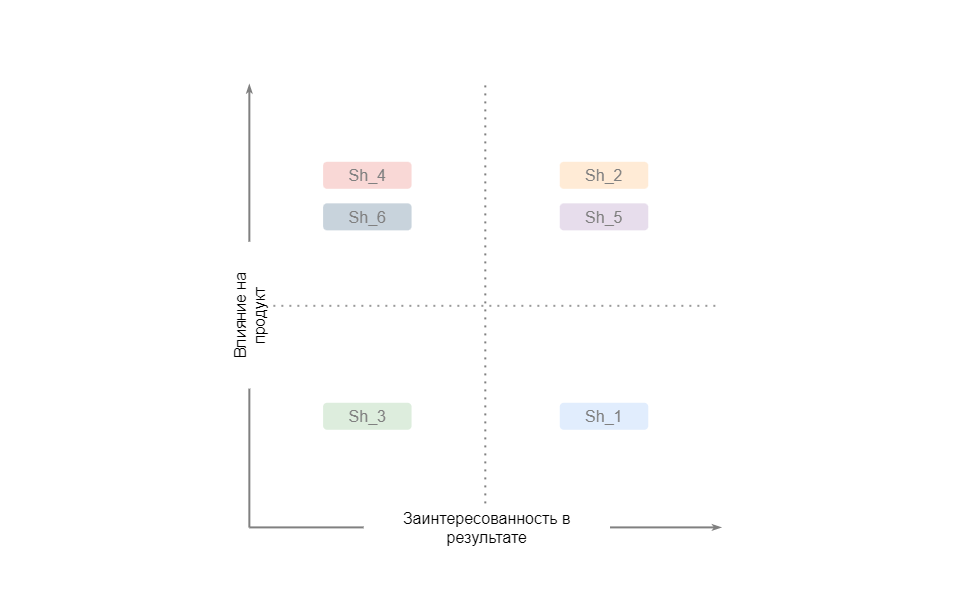
Earlier version of the draw.io export img/stakeholders_mx.png (mxmntv/arch). Source tidied: cells renumbered, new cells last; positions are measured from the earlier drawing's top-left corner, leaving out a move shared by most shapes.
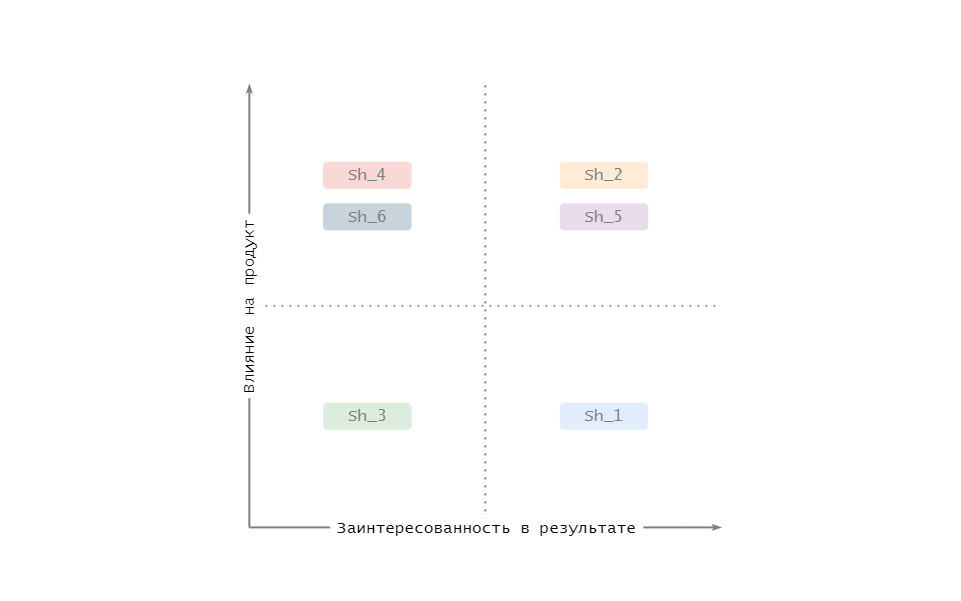
Above is the later version.

Commit message:
Add stakeholders matrix

Diff of the diagram source:
```diff
@@ -35,33 +35,33 @@
         <mxPoint x="27.2" y="886.3" as="sourcePoint" />
       </mxGeometry>
     </mxCell>
-    <mxCell id="9" value="Влияние на продукт" style="text;html=1;strokeColor=none;fillColor=none;align=center;verticalAlign=middle;whiteSpace=wrap;rounded=0;fontSize=32;labelBackgroundColor=default;rotation=-90;" parent="3" vertex="1">
-      <mxGeometry x="-119.8" y="434.2" width="293.9" height="55.4" as="geometry" />
+    <mxCell id="9" value="Влияние на продукт" style="text;html=1;strokeColor=none;fillColor=none;align=center;verticalAlign=middle;whiteSpace=wrap;rounded=0;fontSize=32;labelBackgroundColor=default;rotation=-90;fontFamily=Lucida Console;" parent="3" vertex="1">
+      <mxGeometry x="-157.4" y="415.8" width="369.3" height="55.4" as="geometry" />
     </mxCell>
-    <mxCell id="10" value="Заинтересованность в результате" style="text;html=1;strokeColor=none;fillColor=none;align=center;verticalAlign=middle;whiteSpace=wrap;rounded=0;fontSize=32;labelBackgroundColor=default;" parent="3" vertex="1">
-      <mxGeometry x="255.7" y="858.6" width="492.8" height="55.4" as="geometry" />
+    <mxCell id="10" value="&lt;font face=&quot;Lucida Console&quot;&gt;Заинтересованность в результате&lt;/font&gt;" style="text;html=1;strokeColor=none;fillColor=none;align=center;verticalAlign=middle;whiteSpace=wrap;rounded=0;fontSize=32;labelBackgroundColor=default;" parent="3" vertex="1">
+      <mxGeometry x="188.8" y="858.6" width="626.2" height="55.4" as="geometry" />
     </mxCell>
     <mxCell id="11" style="endArrow=none;html=1;rounded=0;strokeColor=#808080;strokeWidth=4;" parent="3" edge="1" target="10">
       <mxGeometry x="-2.3" as="geometry">
         <mxPoint x="27.2" y="886.3" as="sourcePoint" />
       </mxGeometry>
     </mxCell>
-    <mxCell id="12" value="&lt;font color=&quot;#808080&quot; style=&quot;font-size: 32px;&quot;&gt;Sh_1&lt;/font&gt;" style="rounded=1;whiteSpace=wrap;html=1;labelBackgroundColor=none;fontSize=32;strokeColor=none;fillColor=#dae8fc;opacity=80;" parent="3" vertex="1">
+    <mxCell id="12" value="&lt;font color=&quot;#808080&quot; style=&quot;font-size: 32px;&quot;&gt;Sh_1&lt;/font&gt;" style="rounded=1;whiteSpace=wrap;html=1;labelBackgroundColor=none;fontSize=32;strokeColor=none;fillColor=#dae8fc;opacity=80;fontFamily=Lucida Console;" parent="3" vertex="1">
       <mxGeometry x="648" y="637" width="177" height="54" as="geometry" />
     </mxCell>
-    <mxCell id="13" value="&lt;font color=&quot;#808080&quot; style=&quot;font-size: 32px;&quot;&gt;Sh_2&lt;/font&gt;" style="rounded=1;whiteSpace=wrap;html=1;labelBackgroundColor=none;fontSize=32;strokeColor=none;fillColor=#ffe6cc;opacity=80;" parent="3" vertex="1">
+    <mxCell id="13" value="&lt;font color=&quot;#808080&quot; style=&quot;font-size: 32px;&quot;&gt;Sh_2&lt;/font&gt;" style="rounded=1;whiteSpace=wrap;html=1;labelBackgroundColor=none;fontSize=32;strokeColor=none;fillColor=#ffe6cc;opacity=80;fontFamily=Lucida Console;" parent="3" vertex="1">
       <mxGeometry x="648" y="155.1" width="177" height="54" as="geometry" />
     </mxCell>
-    <mxCell id="14" value="&lt;font color=&quot;#808080&quot; style=&quot;font-size: 32px;&quot;&gt;Sh_3&lt;/font&gt;" style="rounded=1;whiteSpace=wrap;html=1;labelBackgroundColor=none;fontSize=32;strokeColor=none;fillColor=#d5e8d4;opacity=80;" parent="3" vertex="1">
+    <mxCell id="14" value="&lt;font color=&quot;#808080&quot; style=&quot;font-size: 32px;&quot;&gt;Sh_3&lt;/font&gt;" style="rounded=1;whiteSpace=wrap;html=1;labelBackgroundColor=none;fontSize=32;strokeColor=none;fillColor=#d5e8d4;opacity=80;fontFamily=Lucida Console;" parent="3" vertex="1">
       <mxGeometry x="174.7" y="637" width="177" height="54" as="geometry" />
     </mxCell>
-    <mxCell id="15" value="&lt;font color=&quot;#808080&quot; style=&quot;font-size: 32px;&quot;&gt;Sh_4&lt;/font&gt;" style="rounded=1;whiteSpace=wrap;html=1;labelBackgroundColor=none;fontSize=32;strokeColor=none;fillColor=#f8cecc;opacity=80;" parent="3" vertex="1">
+    <mxCell id="15" value="&lt;font color=&quot;#808080&quot; style=&quot;font-size: 32px;&quot;&gt;Sh_4&lt;/font&gt;" style="rounded=1;whiteSpace=wrap;html=1;labelBackgroundColor=none;fontSize=32;strokeColor=none;fillColor=#f8cecc;opacity=80;fontFamily=Lucida Console;" parent="3" vertex="1">
       <mxGeometry x="174.7" y="155.1" width="177" height="54" as="geometry" />
     </mxCell>
-    <mxCell id="16" value="&lt;font color=&quot;#808080&quot; style=&quot;font-size: 32px;&quot;&gt;Sh_5&lt;/font&gt;" style="rounded=1;whiteSpace=wrap;html=1;labelBackgroundColor=none;fontSize=32;strokeColor=none;fillColor=#e1d5e7;opacity=80;" parent="3" vertex="1">
+    <mxCell id="16" value="&lt;font color=&quot;#808080&quot; style=&quot;font-size: 32px;&quot;&gt;Sh_5&lt;/font&gt;" style="rounded=1;whiteSpace=wrap;html=1;labelBackgroundColor=none;fontSize=32;strokeColor=none;fillColor=#e1d5e7;opacity=80;fontFamily=Lucida Console;" parent="3" vertex="1">
       <mxGeometry x="648" y="238.2" width="177" height="54" as="geometry" />
     </mxCell>
-    <mxCell id="17" value="&lt;font color=&quot;#808080&quot; style=&quot;font-size: 32px;&quot;&gt;Sh_6&lt;/font&gt;" style="rounded=1;whiteSpace=wrap;html=1;labelBackgroundColor=none;fontSize=32;strokeColor=none;fillColor=#bac8d3;opacity=80;" parent="3" vertex="1">
+    <mxCell id="17" value="&lt;font color=&quot;#808080&quot; style=&quot;font-size: 32px;&quot;&gt;Sh_6&lt;/font&gt;" style="rounded=1;whiteSpace=wrap;html=1;labelBackgroundColor=none;fontSize=32;strokeColor=none;fillColor=#bac8d3;opacity=80;fontFamily=Lucida Console;" parent="3" vertex="1">
       <mxGeometry x="174.7" y="238.2" width="177" height="54" as="geometry" />
     </mxCell>
   </root>
```
